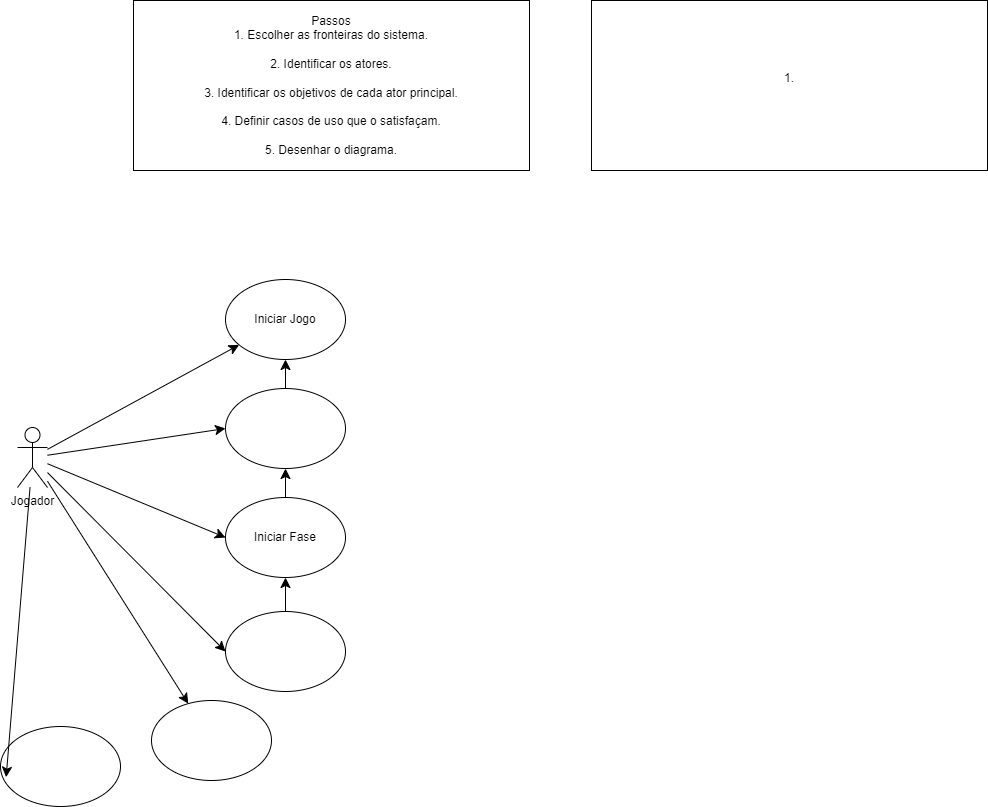
Before: JOGOES.drawio.png, a diagram exported from draw.io (BrendaGarcez/Lixo-no-Lixo). Source tidied: cells renumbered, new cells last; positions are measured from the earlier drawing's top-left corner, leaving out a move shared by most shapes. Source of this version:
```xml
<mxGraphModel>
  <root>
    <mxCell id="0" />
    <mxCell id="1" parent="0" />
    <mxCell id="2" style="edgeStyle=none;curved=1;rounded=0;jettySize=auto;html=1;fontSize=12;startSize=8;endSize=8;" parent="1" edge="1" source="7" target="8">
      <mxGeometry relative="1" as="geometry" />
    </mxCell>
    <mxCell id="3" style="edgeStyle=none;curved=1;rounded=0;jettySize=auto;html=1;entryX=0;entryY=0.5;entryDx=0;entryDy=0;fontSize=12;startSize=8;endSize=8;" parent="1" edge="1" source="7" target="10">
      <mxGeometry relative="1" as="geometry" />
    </mxCell>
    <mxCell id="4" style="edgeStyle=none;curved=1;rounded=0;jettySize=auto;html=1;entryX=0;entryY=0.5;entryDx=0;entryDy=0;fontSize=12;startSize=8;endSize=8;" parent="1" edge="1" source="7" target="12">
      <mxGeometry relative="1" as="geometry" />
    </mxCell>
    <mxCell id="5" style="edgeStyle=none;curved=1;rounded=0;jettySize=auto;html=1;entryX=0;entryY=0.5;entryDx=0;entryDy=0;fontSize=12;startSize=8;endSize=8;" parent="1" edge="1" source="7" target="19">
      <mxGeometry relative="1" as="geometry" />
    </mxCell>
    <mxCell id="6" style="edgeStyle=none;curved=1;rounded=0;jettySize=auto;html=1;fontSize=12;startSize=8;endSize=8;" parent="1" edge="1" source="7" target="17">
      <mxGeometry relative="1" as="geometry" />
    </mxCell>
    <mxCell id="7" value="Jogador" style="shape=umlActor;verticalLabelPosition=bottom;verticalAlign=top;html=1;outlineConnect=0;" parent="1" vertex="1">
      <mxGeometry x="17" y="427" width="30" height="60" as="geometry" />
    </mxCell>
    <mxCell id="8" value="Iniciar Jogo" style="ellipse;whiteSpace=wrap;html=1;" parent="1" vertex="1">
      <mxGeometry x="225" y="279" width="120" height="80" as="geometry" />
    </mxCell>
    <mxCell id="9" style="edgeStyle=none;curved=1;rounded=0;jettySize=auto;html=1;fontSize=12;startSize=8;endSize=8;" parent="1" edge="1" source="10" target="8">
      <mxGeometry relative="1" as="geometry" />
    </mxCell>
    <mxCell id="10" style="ellipse;whiteSpace=wrap;html=1;" parent="1" vertex="1">
      <mxGeometry x="225" y="388" width="120" height="80" as="geometry" />
    </mxCell>
    <mxCell id="11" style="edgeStyle=none;curved=1;rounded=0;jettySize=auto;html=1;fontSize=12;startSize=8;endSize=8;" parent="1" edge="1" source="12" target="10">
      <mxGeometry relative="1" as="geometry" />
    </mxCell>
    <mxCell id="12" value="Iniciar Fase" style="ellipse;whiteSpace=wrap;html=1;" parent="1" vertex="1">
      <mxGeometry x="225" y="497" width="120" height="80" as="geometry" />
    </mxCell>
    <mxCell id="13" style="edgeStyle=none;curved=1;rounded=0;jettySize=auto;html=1;entryX=0.5;entryY=1;entryDx=0;entryDy=0;fontSize=12;startSize=8;endSize=8;" parent="1" edge="1" source="19" target="12">
      <mxGeometry relative="1" as="geometry" />
    </mxCell>
    <mxCell id="14" value="Passos&lt;br/&gt;1. Escolher as fronteiras do sistema.&lt;br/&gt;&lt;br&gt;2. Identificar os atores.&lt;br/&gt;&lt;br&gt;3. Identificar os objetivos de cada ator principal.&lt;br/&gt;&lt;br&gt;4. Definir casos de uso que o satisfaçam.&lt;br/&gt;&lt;br&gt;5. Desenhar o diagrama." style="rounded=0;whiteSpace=wrap;html=1;" parent="1" vertex="1">
      <mxGeometry x="133" width="396" height="170" as="geometry" />
    </mxCell>
    <mxCell id="15" value="1.&lt;div&gt;&lt;br/&gt;&lt;/div&gt;" style="rounded=0;whiteSpace=wrap;html=1;" parent="1" vertex="1">
      <mxGeometry x="591" width="396" height="170" as="geometry" />
    </mxCell>
    <mxCell id="16" style="ellipse;whiteSpace=wrap;html=1;" parent="1" vertex="1">
      <mxGeometry y="726" width="120" height="80" as="geometry" />
    </mxCell>
    <mxCell id="17" style="ellipse;whiteSpace=wrap;html=1;" parent="1" vertex="1">
      <mxGeometry x="151" y="700" width="120" height="80" as="geometry" />
    </mxCell>
    <mxCell id="18" style="edgeStyle=none;curved=1;rounded=0;jettySize=auto;html=1;entryX=0.047;entryY=0.633;entryDx=0;entryDy=0;entryPerimeter=0;fontSize=12;startSize=8;endSize=8;" parent="1" edge="1" source="7" target="16">
      <mxGeometry relative="1" as="geometry" />
    </mxCell>
    <mxCell id="19" style="ellipse;whiteSpace=wrap;html=1;" parent="1" vertex="1">
      <mxGeometry x="225" y="611" width="120" height="80" as="geometry" />
    </mxCell>
  </root>
</mxGraphModel>
```
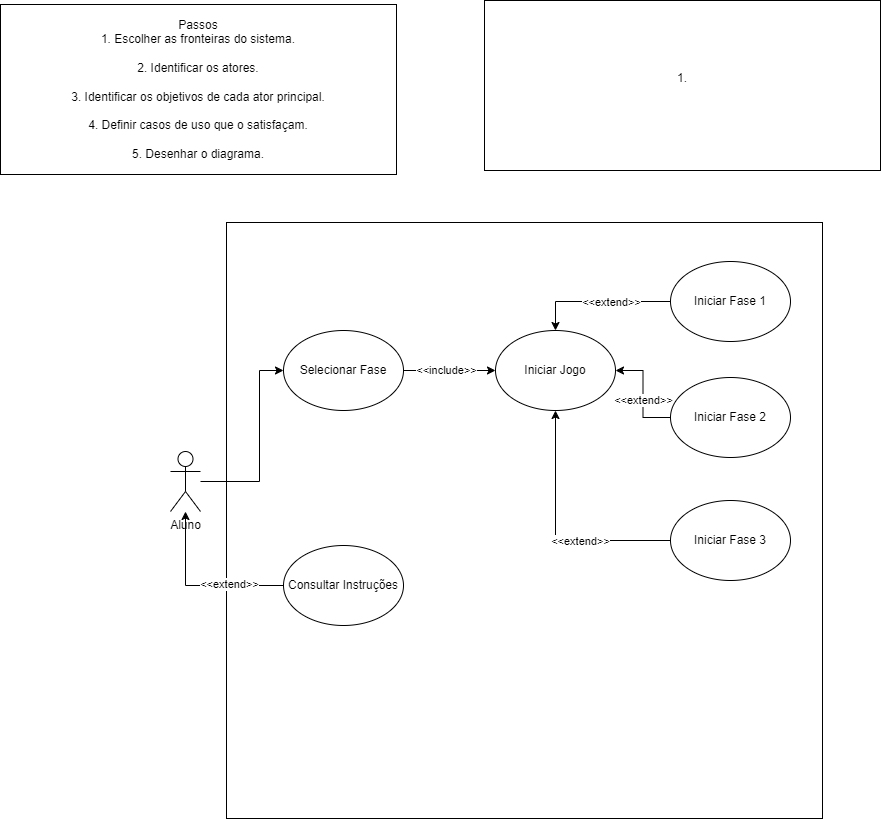
Above is the later version.

Change to the diagram source:
```diff
@@ -2,59 +2,76 @@
   <root>
     <mxCell id="0" />
     <mxCell id="1" parent="0" />
-    <mxCell id="2" style="edgeStyle=none;curved=1;rounded=0;jettySize=auto;html=1;fontSize=12;startSize=8;endSize=8;" parent="1" edge="1" source="7" target="8">
-      <mxGeometry relative="1" as="geometry" />
-    </mxCell>
+    <mxCell id="20" style="whiteSpace=wrap;html=1;" parent="1" vertex="1">
+      <mxGeometry y="182" width="596" height="596" as="geometry" />
+    </mxCell>
-    <mxCell id="3" style="edgeStyle=none;curved=1;rounded=0;jettySize=auto;html=1;entryX=0;entryY=0.5;entryDx=0;entryDy=0;fontSize=12;startSize=8;endSize=8;" parent="1" edge="1" source="7" target="10">
-      <mxGeometry relative="1" as="geometry" />
+    <mxCell id="3" style="edgeStyle=orthogonalEdgeStyle;rounded=0;jettySize=auto;html=1;entryX=0;entryY=0.5;entryDx=0;entryDy=0;" parent="1" edge="1" source="7" target="10">
+      <mxGeometry relative="1" as="geometry">
+        <Array as="points">
+          <mxPoint x="33" y="330" />
+        </Array>
+      </mxGeometry>
     </mxCell>
-    <mxCell id="4" style="edgeStyle=none;curved=1;rounded=0;jettySize=auto;html=1;entryX=0;entryY=0.5;entryDx=0;entryDy=0;fontSize=12;startSize=8;endSize=8;" parent="1" edge="1" source="7" target="12">
-      <mxGeometry relative="1" as="geometry" />
-    </mxCell>
-    <mxCell id="5" style="edgeStyle=none;curved=1;rounded=0;jettySize=auto;html=1;entryX=0;entryY=0.5;entryDx=0;entryDy=0;fontSize=12;startSize=8;endSize=8;" parent="1" edge="1" source="7" target="19">
-      <mxGeometry relative="1" as="geometry" />
-    </mxCell>
-    <mxCell id="6" style="edgeStyle=none;curved=1;rounded=0;jettySize=auto;html=1;fontSize=12;startSize=8;endSize=8;" parent="1" edge="1" source="7" target="17">
-      <mxGeometry relative="1" as="geometry" />
-    </mxCell>
-    <mxCell id="7" value="Jogador" style="shape=umlActor;verticalLabelPosition=bottom;verticalAlign=top;html=1;outlineConnect=0;" parent="1" vertex="1">
-      <mxGeometry x="17" y="427" width="30" height="60" as="geometry" />
+    <mxCell id="7" value="Aluno" style="shape=umlActor;verticalLabelPosition=bottom;verticalAlign=top;html=1;outlineConnect=0;" parent="1" vertex="1">
+      <mxGeometry x="-56" y="411" width="30" height="60" as="geometry" />
     </mxCell>
     <mxCell id="8" value="Iniciar Jogo" style="ellipse;whiteSpace=wrap;html=1;" parent="1" vertex="1">
-      <mxGeometry x="225" y="279" width="120" height="80" as="geometry" />
+      <mxGeometry x="269" y="290" width="120" height="80" as="geometry" />
     </mxCell>
-    <mxCell id="9" style="edgeStyle=none;curved=1;rounded=0;jettySize=auto;html=1;fontSize=12;startSize=8;endSize=8;" parent="1" edge="1" source="10" target="8">
+    <mxCell id="9" style="edgeStyle=orthogonalEdgeStyle;rounded=0;jettySize=auto;html=1;" parent="1" edge="1" source="10" target="8">
       <mxGeometry relative="1" as="geometry" />
     </mxCell>
+    <mxCell id="21" value="&amp;lt;&amp;lt;include&amp;gt;&amp;gt;" style="edgeLabel;html=1;align=center;verticalAlign=middle;" parent="9" vertex="1">
+      <mxGeometry x="-0.09" y="1" relative="1" as="geometry" />
+    </mxCell>
-    <mxCell id="10" style="ellipse;whiteSpace=wrap;html=1;" parent="1" vertex="1">
-      <mxGeometry x="225" y="388" width="120" height="80" as="geometry" />
+    <mxCell id="10" value="Selecionar Fase" style="ellipse;whiteSpace=wrap;html=1;" parent="1" vertex="1">
+      <mxGeometry x="57" y="290" width="120" height="80" as="geometry" />
     </mxCell>
-    <mxCell id="11" style="edgeStyle=none;curved=1;rounded=0;jettySize=auto;html=1;fontSize=12;startSize=8;endSize=8;" parent="1" edge="1" source="12" target="10">
-      <mxGeometry relative="1" as="geometry" />
-    </mxCell>
-    <mxCell id="12" value="Iniciar Fase" style="ellipse;whiteSpace=wrap;html=1;" parent="1" vertex="1">
-      <mxGeometry x="225" y="497" width="120" height="80" as="geometry" />
-    </mxCell>
-    <mxCell id="13" style="edgeStyle=none;curved=1;rounded=0;jettySize=auto;html=1;entryX=0.5;entryY=1;entryDx=0;entryDy=0;fontSize=12;startSize=8;endSize=8;" parent="1" edge="1" source="19" target="12">
-      <mxGeometry relative="1" as="geometry" />
-    </mxCell>
     <mxCell id="14" value="Passos&lt;br/&gt;1. Escolher as fronteiras do sistema.&lt;br/&gt;&lt;br&gt;2. Identificar os atores.&lt;br/&gt;&lt;br&gt;3. Identificar os objetivos de cada ator principal.&lt;br/&gt;&lt;br&gt;4. Definir casos de uso que o satisfaçam.&lt;br/&gt;&lt;br&gt;5. Desenhar o diagrama." style="rounded=0;whiteSpace=wrap;html=1;" parent="1" vertex="1">
-      <mxGeometry x="133" width="396" height="170" as="geometry" />
+      <mxGeometry x="-226" y="-36" width="396" height="170" as="geometry" />
     </mxCell>
     <mxCell id="15" value="1.&lt;div&gt;&lt;br/&gt;&lt;/div&gt;" style="rounded=0;whiteSpace=wrap;html=1;" parent="1" vertex="1">
-      <mxGeometry x="591" width="396" height="170" as="geometry" />
+      <mxGeometry x="258" y="-40" width="396" height="170" as="geometry" />
     </mxCell>
-    <mxCell id="16" style="ellipse;whiteSpace=wrap;html=1;" parent="1" vertex="1">
-      <mxGeometry y="726" width="120" height="80" as="geometry" />
-    </mxCell>
-    <mxCell id="17" style="ellipse;whiteSpace=wrap;html=1;" parent="1" vertex="1">
-      <mxGeometry x="151" y="700" width="120" height="80" as="geometry" />
-    </mxCell>
-    <mxCell id="18" style="edgeStyle=none;curved=1;rounded=0;jettySize=auto;html=1;entryX=0.047;entryY=0.633;entryDx=0;entryDy=0;entryPerimeter=0;fontSize=12;startSize=8;endSize=8;" parent="1" edge="1" source="7" target="16">
-      <mxGeometry relative="1" as="geometry" />
-    </mxCell>
-    <mxCell id="19" style="ellipse;whiteSpace=wrap;html=1;" parent="1" vertex="1">
-      <mxGeometry x="225" y="611" width="120" height="80" as="geometry" />
-    </mxCell>
+    <mxCell id="22" style="edgeStyle=orthogonalEdgeStyle;rounded=0;jettySize=auto;html=1;" parent="1" edge="1" source="24" target="7">
+      <mxGeometry relative="1" as="geometry">
+        <Array as="points">
+          <mxPoint x="-41" y="545" />
+        </Array>
+      </mxGeometry>
+    </mxCell>
+    <mxCell id="23" value="&amp;lt;&amp;lt;extend&amp;gt;&amp;gt;" style="edgeLabel;html=1;align=center;verticalAlign=middle;" parent="22" vertex="1">
+      <mxGeometry x="-0.36" y="-2" relative="1" as="geometry" />
+    </mxCell>
+    <mxCell id="24" value="Consultar Instruções" style="ellipse;whiteSpace=wrap;html=1;" parent="1" vertex="1">
+      <mxGeometry x="57" y="505" width="120" height="80" as="geometry" />
+    </mxCell>
+    <mxCell id="25" style="edgeStyle=orthogonalEdgeStyle;rounded=0;jettySize=auto;html=1;entryX=0.5;entryY=0;entryDx=0;entryDy=0;" parent="1" edge="1" source="27" target="8">
+      <mxGeometry relative="1" as="geometry" />
+    </mxCell>
+    <mxCell id="26" value="&amp;lt;&amp;lt;extend&amp;gt;&amp;gt;" style="edgeLabel;html=1;align=center;verticalAlign=middle;" parent="25" vertex="1">
+      <mxGeometry x="-0.16" relative="1" as="geometry" />
+    </mxCell>
+    <mxCell id="27" value="Iniciar Fase 1" style="ellipse;whiteSpace=wrap;html=1;" parent="1" vertex="1">
+      <mxGeometry x="444" y="221" width="120" height="80" as="geometry" />
+    </mxCell>
+    <mxCell id="28" style="edgeStyle=orthogonalEdgeStyle;rounded=0;jettySize=auto;html=1;" parent="1" edge="1" source="30" target="8">
+      <mxGeometry relative="1" as="geometry" />
+    </mxCell>
+    <mxCell id="29" value="&amp;lt;&amp;lt;extend&amp;gt;&amp;gt;" style="edgeLabel;html=1;align=center;verticalAlign=middle;" parent="28" vertex="1">
+      <mxGeometry x="-0.12" relative="1" as="geometry" />
+    </mxCell>
+    <mxCell id="30" value="Iniciar Fase 2" style="ellipse;whiteSpace=wrap;html=1;" parent="1" vertex="1">
+      <mxGeometry x="444" y="337" width="120" height="80" as="geometry" />
+    </mxCell>
+    <mxCell id="31" style="edgeStyle=orthogonalEdgeStyle;rounded=0;jettySize=auto;html=1;" parent="1" edge="1" source="33" target="8">
+      <mxGeometry relative="1" as="geometry" />
+    </mxCell>
+    <mxCell id="32" value="&amp;lt;&amp;lt;extend&amp;gt;&amp;gt;" style="edgeLabel;html=1;align=center;verticalAlign=middle;" parent="31" vertex="1">
+      <mxGeometry x="-0.26" relative="1" as="geometry" />
+    </mxCell>
+    <mxCell id="33" value="Iniciar Fase 3" style="ellipse;whiteSpace=wrap;html=1;" parent="1" vertex="1">
+      <mxGeometry x="444" y="460" width="120" height="80" as="geometry" />
+    </mxCell>
   </root>
 </mxGraphModel>
```
